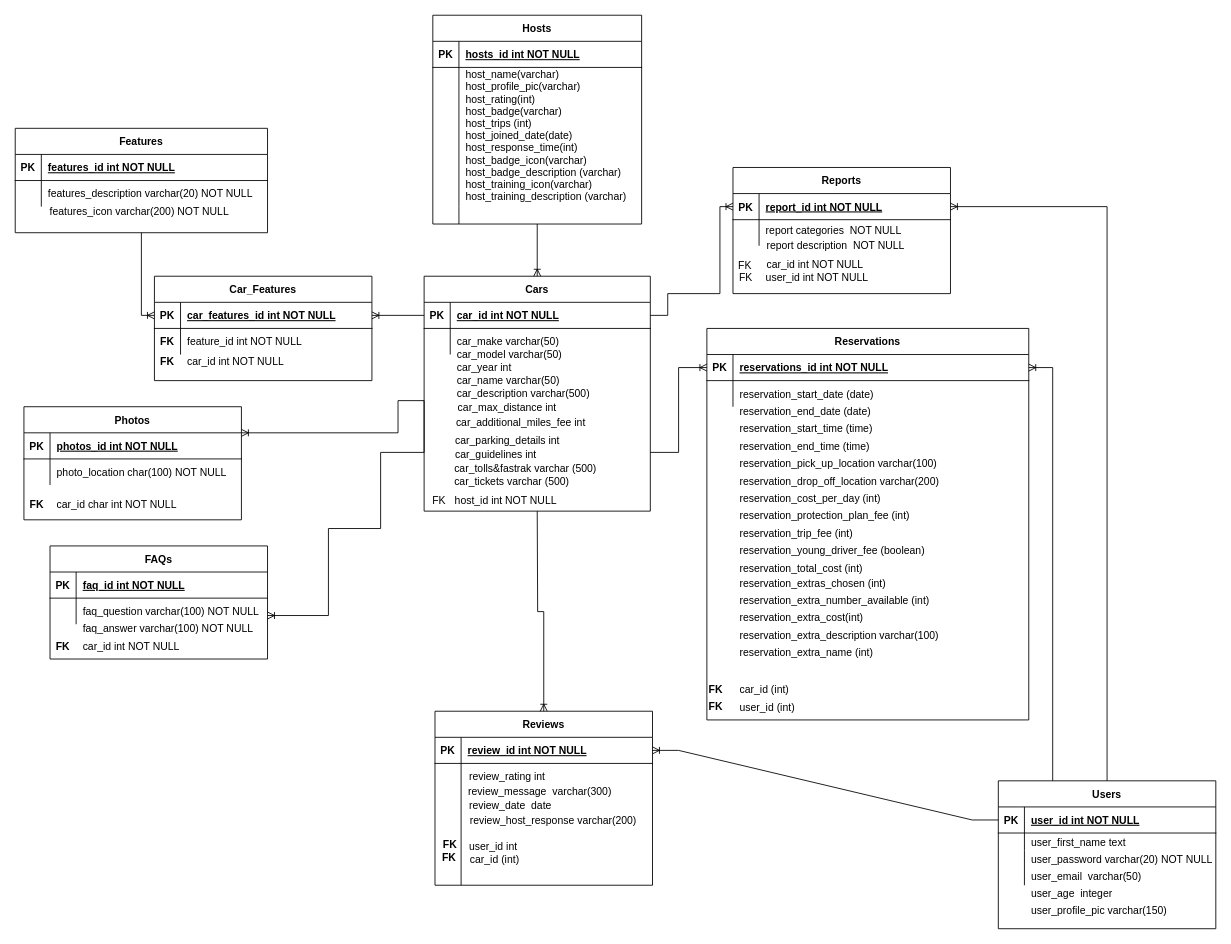
Above: page "ERD" (1 of 2) of Untitled Diagram.drawio in crose275/fec-turo (draw.io), before the change. Source tidied: cells renumbered, new cells numbered last; positions are measured from the earlier drawing's top-left corner, leaving out a move shared by most shapes. Both pictures are drawn from the tidied source at 87%, with x=0, y=0 at pixel (15, 15).
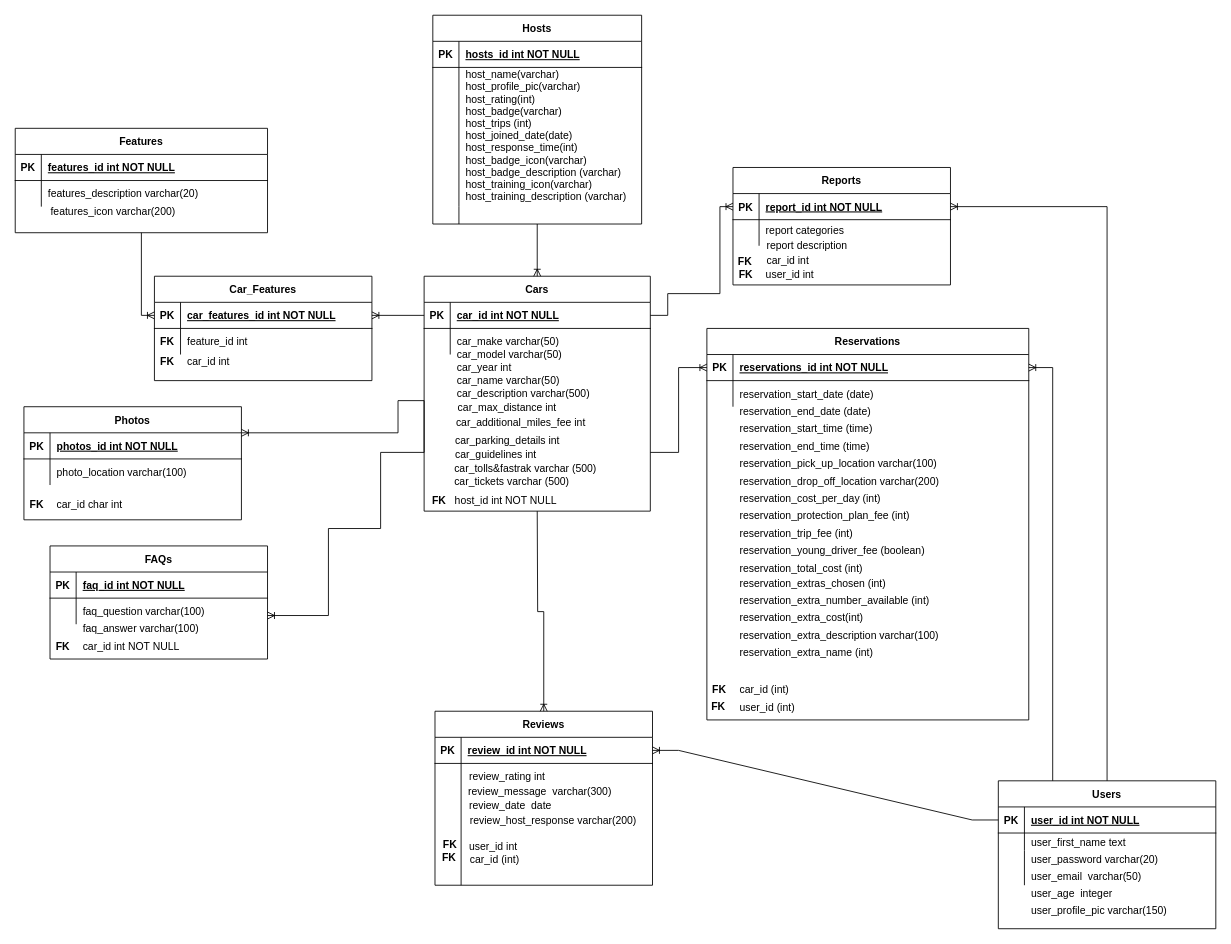
After the change.

Unchanged cells that the change refers to:
```xml
<mxCell id="86" style="shape=partialRectangle;fillColor=none;top=0;left=0;right=0;bottom=0;" parent="82" vertex="1">
  <mxGeometry y="60" width="250" height="30" as="geometry" />
</mxCell>
<mxCell id="100" style="shape=partialRectangle;fillColor=none;top=0;left=0;right=0;bottom=0;" parent="1" vertex="1">
  <mxGeometry x="1130" y="960" width="250" height="20" as="geometry" />
</mxCell>
<mxCell id="126" style="shape=partialRectangle;fillColor=none;top=0;left=0;right=0;bottom=0;" parent="122" vertex="1">
  <mxGeometry y="60" width="250" height="30" as="geometry" />
</mxCell>
```

What changed in the source:
```diff
@@
-    <mxCell id="38" value="FK" style="shape=partialRectangle;overflow=hidden;fillColor=none;top=0;left=0;bottom=0;right=0;" parent="1" vertex="1">
+    <mxCell id="38" value="FK" style="shape=partialRectangle;overflow=hidden;fillColor=none;top=0;left=0;bottom=0;right=0;fontStyle=1;" parent="1" vertex="1">
       <mxGeometry x="472.5" y="542" width="30" height="30" as="geometry" />
     </mxCell>
@@
     <mxCell id="53" value="Reports" style="shape=table;startSize=30;childLayout=tableLayout;rowLines=0;fontStyle=1;align=center;" parent="1" vertex="1">
-      <mxGeometry x="825" y="175" width="250" height="145" as="geometry" />
+      <mxGeometry x="825" y="175" width="250" height="135" as="geometry" />
     </mxCell>
@@
-    <mxCell id="73" value="feature_id int NOT NULL " style="shape=partialRectangle;overflow=hidden;fillColor=none;top=0;left=0;bottom=0;right=0;align=left;spacingLeft=6;fontStyle=0;" parent="1" vertex="1">
+    <mxCell id="73" value="feature_id int " style="shape=partialRectangle;overflow=hidden;fillColor=none;top=0;left=0;bottom=0;right=0;align=left;spacingLeft=6;fontStyle=0;" parent="1" vertex="1">
       <mxGeometry x="190" y="360" width="220" height="30" as="geometry" />
     </mxCell>
@@
-    <mxCell id="75" value="car_id int NOT NULL " style="shape=partialRectangle;overflow=hidden;fillColor=none;top=0;left=0;bottom=0;right=0;align=left;spacingLeft=6;fontStyle=0;" parent="1" vertex="1">
+    <mxCell id="75" value="car_id int" style="shape=partialRectangle;overflow=hidden;fillColor=none;top=0;left=0;bottom=0;right=0;align=left;spacingLeft=6;fontStyle=0;" parent="1" vertex="1">
       <mxGeometry x="190" y="382" width="220" height="30" as="geometry" />
     </mxCell>
@@
-    <mxCell id="88" value="photo_location char(100) NOT NULL" style="shape=partialRectangle;overflow=hidden;fillColor=none;top=0;left=0;bottom=0;right=0;align=left;spacingLeft=6;" parent="86" vertex="1">
+    <mxCell id="88" value="photo_location varchar(100)" style="shape=partialRectangle;overflow=hidden;fillColor=none;top=0;left=0;bottom=0;right=0;align=left;spacingLeft=6;" parent="86" vertex="1">
       <mxGeometry x="30" width="220" height="30" as="geometry" />
     </mxCell>
@@
-    <mxCell id="90" value="car_id char int NOT NULL" style="shape=partialRectangle;overflow=hidden;fillColor=none;top=0;left=0;bottom=0;right=0;align=left;spacingLeft=6;" parent="1" vertex="1">
+    <mxCell id="90" value="car_id char int" style="shape=partialRectangle;overflow=hidden;fillColor=none;top=0;left=0;bottom=0;right=0;align=left;spacingLeft=6;" parent="1" vertex="1">
       <mxGeometry x="40" y="547" width="220" height="30" as="geometry" />
     </mxCell>
@@
-    <mxCell id="102" value="user_password varchar(20) NOT NULL" style="shape=partialRectangle;overflow=hidden;fillColor=none;top=0;left=0;bottom=0;right=0;align=left;spacingLeft=6;" parent="100" vertex="1">
+    <mxCell id="102" value="user_password varchar(20)" style="shape=partialRectangle;overflow=hidden;fillColor=none;top=0;left=0;bottom=0;right=0;align=left;spacingLeft=6;" parent="100" vertex="1">
       <mxGeometry x="30" width="220" height="20" as="geometry" />
     </mxCell>
@@
-    <mxCell id="110" value="features_description varchar(20) NOT NULL " style="shape=partialRectangle;overflow=hidden;fillColor=none;top=0;left=0;bottom=0;right=0;align=left;spacingLeft=6;fontStyle=0;" parent="1" vertex="1">
+    <mxCell id="110" value="features_description varchar(20) " style="shape=partialRectangle;overflow=hidden;fillColor=none;top=0;left=0;bottom=0;right=0;align=left;spacingLeft=6;fontStyle=0;" parent="1" vertex="1">
       <mxGeometry x="30" y="190" width="250" height="30" as="geometry" />
     </mxCell>
     <mxCell id="111" value="&lt;b&gt;FK&lt;/b&gt;" style="text;html=1;align=center;verticalAlign=middle;strokeColor=none;fillColor=none;" parent="1" vertex="1">
-      <mxGeometry x="785" y="760" width="40" height="30" as="geometry" />
+      <mxGeometry x="789" y="760" width="40" height="30" as="geometry" />
     </mxCell>
-    <mxCell id="112" value="features_icon varchar(200) NOT NULL " style="shape=partialRectangle;overflow=hidden;fillColor=none;top=0;left=0;bottom=0;right=0;align=left;spacingLeft=6;fontStyle=0;" parent="1" vertex="1">
-      <mxGeometry x="32" y="210" width="250" height="30" as="geometry" />
+    <mxCell id="112" value="features_icon varchar(200)" style="shape=partialRectangle;overflow=hidden;fillColor=none;top=0;left=0;bottom=0;right=0;align=left;spacingLeft=6;fontStyle=0;" parent="1" vertex="1">
+      <mxGeometry x="33" y="210" width="250" height="30" as="geometry" />
     </mxCell>
     <mxCell id="113" value="&lt;b&gt;FK&lt;/b&gt;" style="text;html=1;align=center;verticalAlign=middle;strokeColor=none;fillColor=none;" parent="1" vertex="1">
-      <mxGeometry x="785" y="780" width="40" height="30" as="geometry" />
+      <mxGeometry x="788" y="780" width="40" height="30" as="geometry" />
     </mxCell>
@@
-    <mxCell id="128" value="faq_question varchar(100) NOT NULL" style="shape=partialRectangle;overflow=hidden;fillColor=none;top=0;left=0;bottom=0;right=0;align=left;spacingLeft=6;" parent="126" vertex="1">
+    <mxCell id="128" value="faq_question varchar(100) " style="shape=partialRectangle;overflow=hidden;fillColor=none;top=0;left=0;bottom=0;right=0;align=left;spacingLeft=6;" parent="126" vertex="1">
       <mxGeometry x="30" width="220" height="30" as="geometry" />
     </mxCell>
@@
-    <mxCell id="134" value="faq_answer varchar(100) NOT NULL" style="shape=partialRectangle;overflow=hidden;fillColor=none;top=0;left=0;bottom=0;right=0;align=left;spacingLeft=6;" parent="1" vertex="1">
+    <mxCell id="134" value="faq_answer varchar(100)" style="shape=partialRectangle;overflow=hidden;fillColor=none;top=0;left=0;bottom=0;right=0;align=left;spacingLeft=6;" parent="1" vertex="1">
       <mxGeometry x="70" y="690" width="220" height="30" as="geometry" />
     </mxCell>
@@
-    <mxCell id="144" value="user_id int NOT NULL " style="shape=partialRectangle;overflow=hidden;fillColor=none;top=0;left=0;bottom=0;right=0;align=left;spacingLeft=6;fontStyle=0;" parent="1" vertex="1">
-      <mxGeometry x="855" y="286" width="220" height="30" as="geometry" />
+    <mxCell id="144" value="user_id int" style="shape=partialRectangle;overflow=hidden;fillColor=none;top=0;left=0;bottom=0;right=0;align=left;spacingLeft=6;fontStyle=0;" parent="1" vertex="1">
+      <mxGeometry x="855" y="282" width="220" height="30" as="geometry" />
     </mxCell>
@@
-    <mxCell id="146" value="FK" style="shape=partialRectangle;overflow=hidden;fillColor=none;top=0;left=0;bottom=0;right=0;" parent="1" vertex="1">
-      <mxGeometry x="825" y="286" width="30" height="30" as="geometry" />
+    <mxCell id="146" value="FK" style="shape=partialRectangle;overflow=hidden;fillColor=none;top=0;left=0;bottom=0;right=0;fontStyle=1;" parent="1" vertex="1">
+      <mxGeometry x="825" y="282" width="30" height="30" as="geometry" />
     </mxCell>
@@
-    <mxCell id="148" value="report categories  NOT NULL " style="shape=partialRectangle;overflow=hidden;fillColor=none;top=0;left=0;bottom=0;right=0;align=left;spacingLeft=6;fontStyle=0;" parent="1" vertex="1">
+    <mxCell id="148" value="report categories" style="shape=partialRectangle;overflow=hidden;fillColor=none;top=0;left=0;bottom=0;right=0;align=left;spacingLeft=6;fontStyle=0;" parent="1" vertex="1">
       <mxGeometry x="855" y="232.5" width="220" height="30" as="geometry" />
     </mxCell>
-    <mxCell id="149" value="report description  NOT NULL " style="shape=partialRectangle;overflow=hidden;fillColor=none;top=0;left=0;bottom=0;right=0;align=left;spacingLeft=6;fontStyle=0;" parent="1" vertex="1">
+    <mxCell id="149" value="report description" style="shape=partialRectangle;overflow=hidden;fillColor=none;top=0;left=0;bottom=0;right=0;align=left;spacingLeft=6;fontStyle=0;" parent="1" vertex="1">
       <mxGeometry x="856" y="249" width="220" height="30" as="geometry" />
     </mxCell>
@@
-    <mxCell id="151" value="car_id int NOT NULL " style="shape=partialRectangle;overflow=hidden;fillColor=none;top=0;left=0;bottom=0;right=0;align=left;spacingLeft=6;fontStyle=0;" parent="1" vertex="1">
-      <mxGeometry x="856" y="271" width="220" height="30" as="geometry" />
+    <mxCell id="151" value="car_id int " style="shape=partialRectangle;overflow=hidden;fillColor=none;top=0;left=0;bottom=0;right=0;align=left;spacingLeft=6;fontStyle=0;" parent="1" vertex="1">
+      <mxGeometry x="856" y="267" width="220" height="30" as="geometry" />
     </mxCell>
-    <mxCell id="152" value="FK" style="shape=partialRectangle;overflow=hidden;fillColor=none;top=0;left=0;bottom=0;right=0;" parent="1" vertex="1">
-      <mxGeometry x="824" y="272" width="30" height="30" as="geometry" />
+    <mxCell id="152" value="FK" style="shape=partialRectangle;overflow=hidden;fillColor=none;top=0;left=0;bottom=0;right=0;fontStyle=1;" parent="1" vertex="1">
+      <mxGeometry x="824" y="268" width="30" height="30" as="geometry" />
     </mxCell>
```
